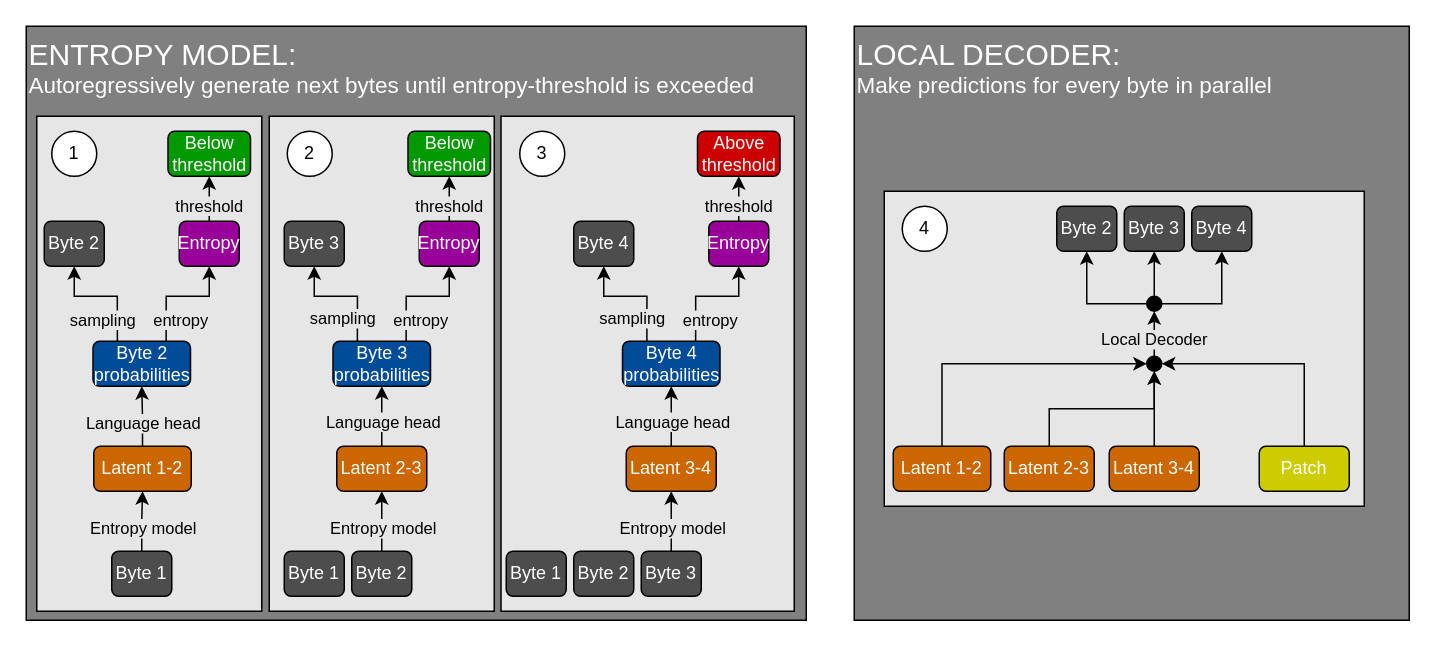
snimu/blog keeps this draw.io diagram as contents/byte-latent-transformer/images/LocalDecoderInitilizationAutoregressive.drawio. Above is the earlier version. Source tidied: cells renumbered, new cells numbered last; positions are measured from the earlier drawing's top-left corner, leaving out a move shared by most shapes. Both pictures are drawn from the tidied source at 150%, with x=0, y=0 at pixel (26, 26).
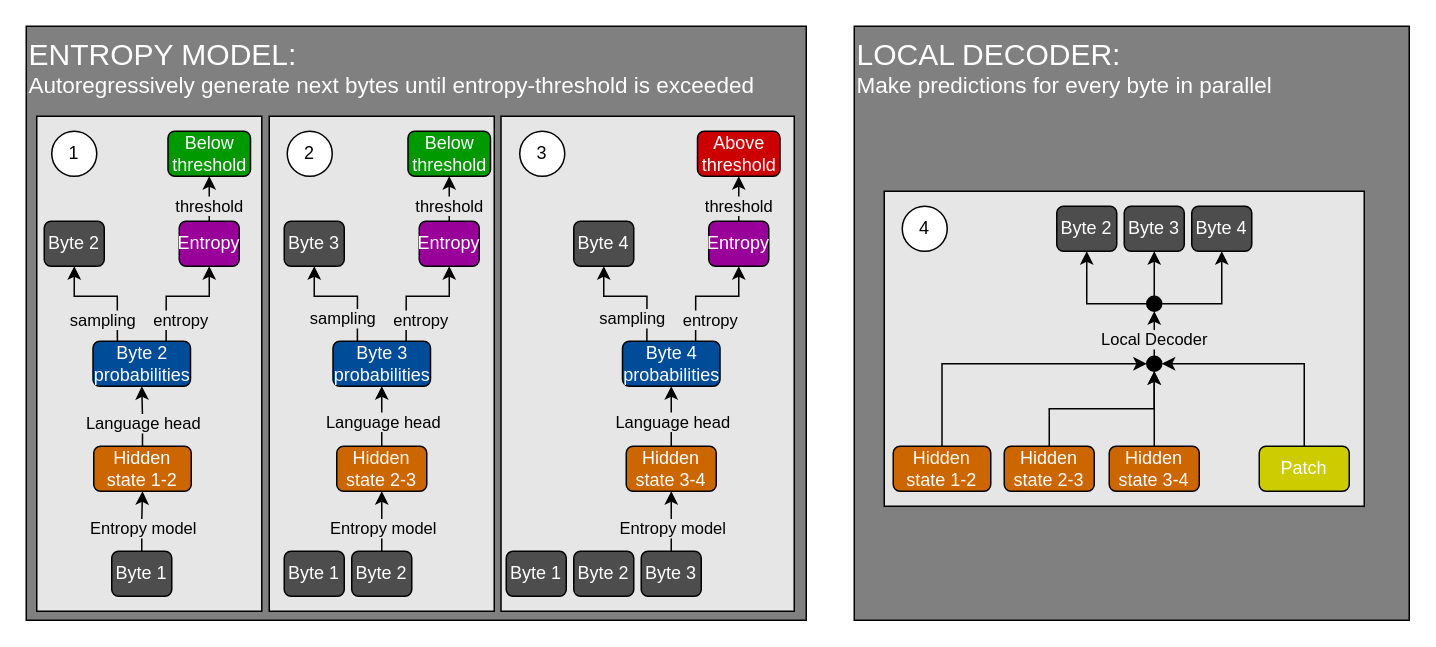
The same diagram, later.

Commit message (it also covers changes not shown here):
Byte Latent Transformer: small fixes

Diff of the diagram source:
```diff
@@
-    <mxCell id="13" value="Latent 1-2" style="rounded=1;whiteSpace=wrap;html=1;fontColor=#FFFFFF;fillColor=#CC6600;" parent="1" vertex="1">
+    <mxCell id="13" value="Hidden state 1-2" style="rounded=1;whiteSpace=wrap;html=1;fontColor=#FFFFFF;fillColor=#CC6600;" parent="1" vertex="1">
       <mxGeometry x="45" y="280" width="65" height="30" as="geometry" />
     </mxCell>
@@
-    <mxCell id="29" value="Latent 2-3" style="rounded=1;whiteSpace=wrap;html=1;fontColor=#FFFFFF;fillColor=#CC6600;" parent="1" vertex="1">
+    <mxCell id="29" value="Hidden state&amp;nbsp;2-3" style="rounded=1;whiteSpace=wrap;html=1;fontColor=#FFFFFF;fillColor=#CC6600;" parent="1" vertex="1">
       <mxGeometry x="207" y="280" width="60" height="30" as="geometry" />
     </mxCell>
@@
-    <mxCell id="45" value="Latent 3-4" style="rounded=1;whiteSpace=wrap;html=1;fontColor=#FFFFFF;fillColor=#CC6600;" parent="1" vertex="1">
+    <mxCell id="45" value="Hidden state&amp;nbsp;3-4" style="rounded=1;whiteSpace=wrap;html=1;fontColor=#FFFFFF;fillColor=#CC6600;" parent="1" vertex="1">
       <mxGeometry x="400" y="280" width="60" height="30" as="geometry" />
     </mxCell>
@@
-    <mxCell id="60" value="Latent 1-2" style="rounded=1;whiteSpace=wrap;html=1;fontColor=#FFFFFF;fillColor=#CC6600;" parent="1" vertex="1">
+    <mxCell id="60" value="Hidden state&amp;nbsp;1-2" style="rounded=1;whiteSpace=wrap;html=1;fontColor=#FFFFFF;fillColor=#CC6600;" parent="1" vertex="1">
       <mxGeometry x="578" y="280" width="65" height="30" as="geometry" />
     </mxCell>
@@
-    <mxCell id="62" value="Latent 2-3" style="rounded=1;whiteSpace=wrap;html=1;fontColor=#FFFFFF;fillColor=#CC6600;" parent="1" vertex="1">
+    <mxCell id="62" value="Hidden state&amp;nbsp;2-3" style="rounded=1;whiteSpace=wrap;html=1;fontColor=#FFFFFF;fillColor=#CC6600;" parent="1" vertex="1">
       <mxGeometry x="652" y="280" width="60" height="30" as="geometry" />
     </mxCell>
@@
-    <mxCell id="64" value="Latent 3-4" style="rounded=1;whiteSpace=wrap;html=1;fontColor=#FFFFFF;fillColor=#CC6600;" parent="1" vertex="1">
+    <mxCell id="64" value="Hidden state&amp;nbsp;3-4" style="rounded=1;whiteSpace=wrap;html=1;fontColor=#FFFFFF;fillColor=#CC6600;" parent="1" vertex="1">
       <mxGeometry x="722" y="280" width="60" height="30" as="geometry" />
     </mxCell>
```
